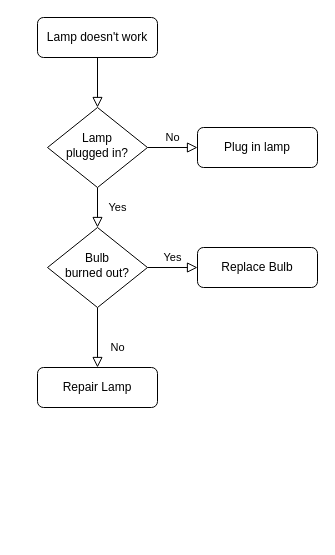
Earlier version of the draw.io diagram batch-analysis.drawio (geo-deyi/dataflow). Source tidied: cells renumbered, new cells numbered last; positions are measured from the earlier drawing's top-left corner, leaving out a move shared by most shapes. Both pictures are drawn from the tidied source at 100%, with x=0, y=0 at pixel (37, 17).
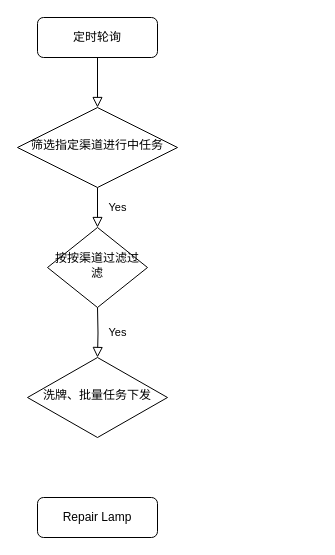
The same diagram, later.

Change to the diagram source:
```diff
@@
 <mxGraphModel>
   <root>
     <mxCell id="0" />
     <mxCell id="1" parent="0" />
     <mxCell id="2" style="rounded=0;html=1;jettySize=auto;fontSize=11;endArrow=block;endFill=0;endSize=8;strokeWidth=1;shadow=0;labelBackgroundColor=none;edgeStyle=orthogonalEdgeStyle;" parent="1" edge="1" source="3" target="6">
       <mxGeometry relative="1" as="geometry" />
     </mxCell>
-    <mxCell id="3" value="Lamp doesn't work" style="rounded=1;whiteSpace=wrap;html=1;fontSize=12;glass=0;strokeWidth=1;shadow=0;" parent="1" vertex="1">
+    <mxCell id="3" value="定时轮询" style="rounded=1;whiteSpace=wrap;html=1;fontSize=12;glass=0;strokeWidth=1;shadow=0;" parent="1" vertex="1">
       <mxGeometry width="120" height="40" as="geometry" />
     </mxCell>
     <mxCell id="4" value="Yes" style="rounded=0;html=1;jettySize=auto;fontSize=11;endArrow=block;endFill=0;endSize=8;strokeWidth=1;shadow=0;labelBackgroundColor=none;edgeStyle=orthogonalEdgeStyle;" parent="1" edge="1" source="6" target="10">
       <mxGeometry y="20" relative="1" as="geometry" />
     </mxCell>
-    <mxCell id="5" value="No" style="edgeStyle=orthogonalEdgeStyle;rounded=0;html=1;jettySize=auto;fontSize=11;endArrow=block;endFill=0;endSize=8;strokeWidth=1;shadow=0;labelBackgroundColor=none;" parent="1" edge="1" source="6" target="7">
-      <mxGeometry y="10" relative="1" as="geometry" />
-    </mxCell>
-    <mxCell id="6" value="Lamp&lt;br&gt;plugged in?" style="rhombus;whiteSpace=wrap;html=1;shadow=0;fontFamily=Helvetica;fontSize=12;align=center;strokeWidth=1;spacing=6;spacingTop=-4;" parent="1" vertex="1">
-      <mxGeometry x="10" y="90" width="100" height="80" as="geometry" />
+    <mxCell id="6" value="筛选指定渠道进行中任务" style="rhombus;whiteSpace=wrap;html=1;shadow=0;fontFamily=Helvetica;fontSize=12;align=center;strokeWidth=1;spacing=6;spacingTop=-4;" parent="1" vertex="1">
+      <mxGeometry x="-20" y="90" width="160" height="80" as="geometry" />
     </mxCell>
-    <mxCell id="7" value="Plug in lamp" style="rounded=1;whiteSpace=wrap;html=1;fontSize=12;glass=0;strokeWidth=1;shadow=0;" parent="1" vertex="1">
-      <mxGeometry x="160" y="110" width="120" height="40" as="geometry" />
-    </mxCell>
-    <mxCell id="8" value="No" style="rounded=0;html=1;jettySize=auto;fontSize=11;endArrow=block;endFill=0;endSize=8;strokeWidth=1;shadow=0;labelBackgroundColor=none;edgeStyle=orthogonalEdgeStyle;" parent="1" edge="1" source="10" target="11">
-      <mxGeometry x="0.33" y="20" relative="1" as="geometry" />
-    </mxCell>
-    <mxCell id="9" value="Yes" style="edgeStyle=orthogonalEdgeStyle;rounded=0;html=1;jettySize=auto;fontSize=11;endArrow=block;endFill=0;endSize=8;strokeWidth=1;shadow=0;labelBackgroundColor=none;" parent="1" edge="1" source="10" target="12">
-      <mxGeometry y="10" relative="1" as="geometry" />
-    </mxCell>
-    <mxCell id="10" value="Bulb&lt;br&gt;burned out?" style="rhombus;whiteSpace=wrap;html=1;shadow=0;fontFamily=Helvetica;fontSize=12;align=center;strokeWidth=1;spacing=6;spacingTop=-4;" parent="1" vertex="1">
+    <mxCell id="10" value="按按渠道过滤过滤" style="rhombus;whiteSpace=wrap;html=1;shadow=0;fontFamily=Helvetica;fontSize=12;align=center;strokeWidth=1;spacing=6;spacingTop=-4;" parent="1" vertex="1">
       <mxGeometry x="10" y="210" width="100" height="80" as="geometry" />
     </mxCell>
     <mxCell id="11" value="Repair Lamp" style="rounded=1;whiteSpace=wrap;html=1;fontSize=12;glass=0;strokeWidth=1;shadow=0;" parent="1" vertex="1">
-      <mxGeometry y="350" width="120" height="40" as="geometry" />
+      <mxGeometry y="480" width="120" height="40" as="geometry" />
     </mxCell>
-    <mxCell id="12" value="Replace Bulb" style="rounded=1;whiteSpace=wrap;html=1;fontSize=12;glass=0;strokeWidth=1;shadow=0;" parent="1" vertex="1">
-      <mxGeometry x="160" y="230" width="120" height="40" as="geometry" />
-    </mxCell>
+    <mxCell id="13" value="洗牌、批量任务下发" style="rhombus;whiteSpace=wrap;html=1;shadow=0;fontFamily=Helvetica;fontSize=12;align=center;strokeWidth=1;spacing=6;spacingTop=-4;" parent="1" vertex="1">
+      <mxGeometry x="-10" y="340" width="140" height="80" as="geometry" />
+    </mxCell>
+    <mxCell id="9" value="Yes" style="rounded=0;html=1;jettySize=auto;fontSize=11;endArrow=block;endFill=0;endSize=8;strokeWidth=1;shadow=0;labelBackgroundColor=none;edgeStyle=orthogonalEdgeStyle;entryX=0.5;entryY=0;entryDx=0;entryDy=0;" parent="1" edge="1" target="13">
+      <mxGeometry y="20" relative="1" as="geometry">
+        <mxPoint x="60" y="290" as="sourcePoint" />
+      </mxGeometry>
+    </mxCell>
   </root>
 </mxGraphModel>
```
